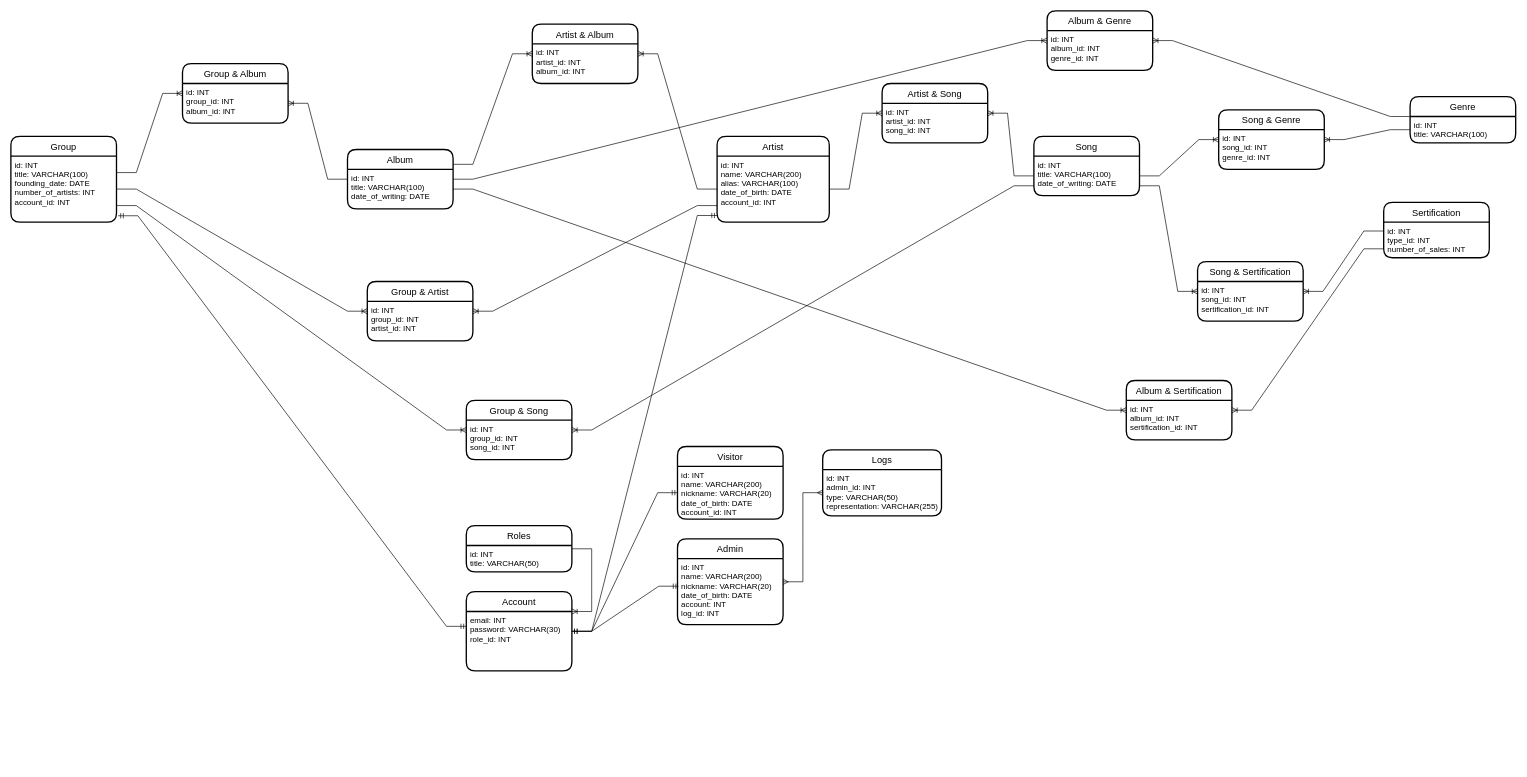
Before: SchemeDB.drawio in whiteicq/DB-Labs-2022, a draw.io diagram. Source tidied: cells renumbered, new cells numbered last; positions are measured from the earlier drawing's top-left corner, leaving out a move shared by most shapes. Both pictures are drawn from the tidied source at 66%, with x=0, y=0 at pixel (11, 11).
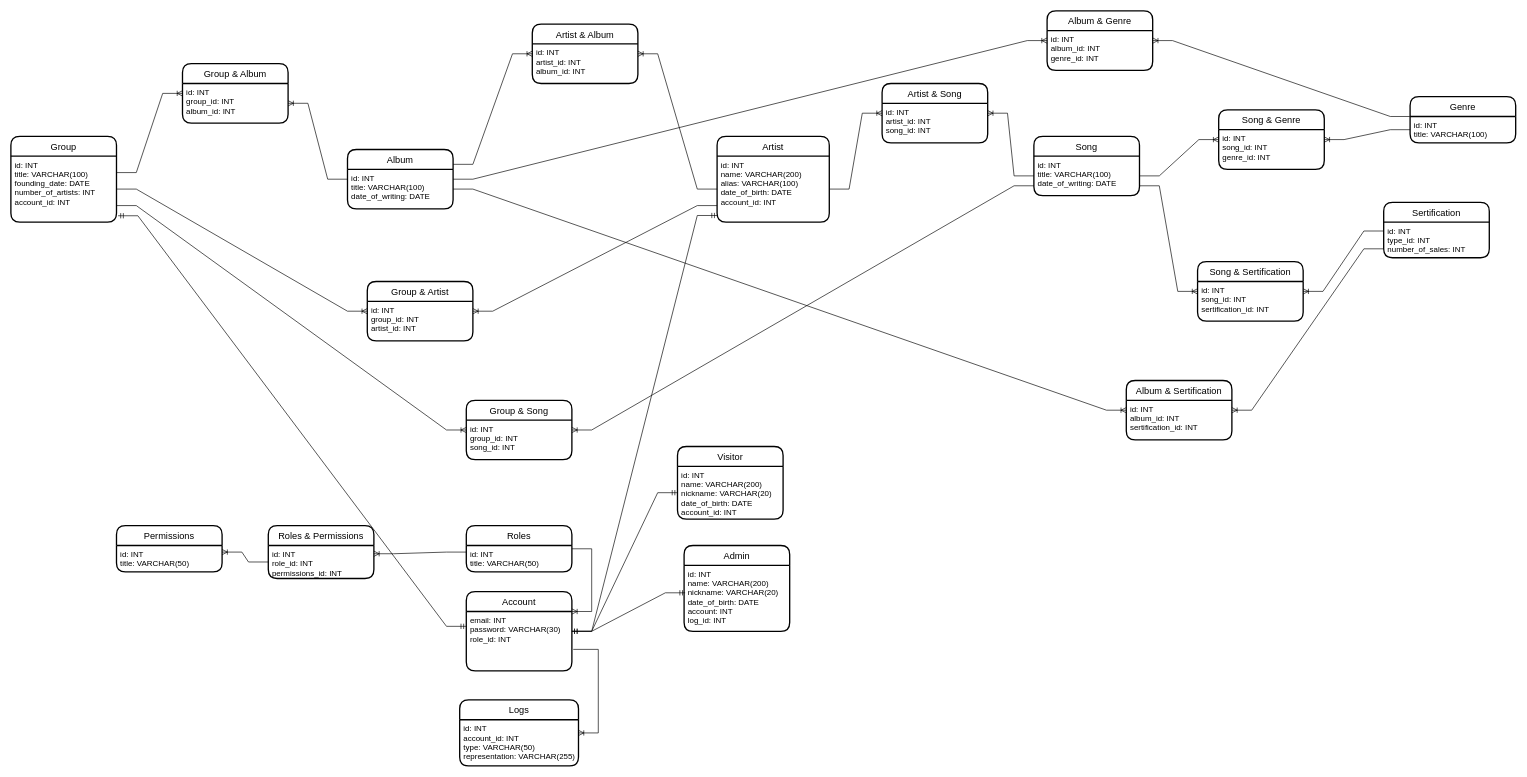
The same diagram, later.

Commit message (it also covers changes not shown here):
Remake roles

Unchanged cells that the change refers to:
```xml
<mxCell id="19" value="id: INT&#10;title: VARCHAR(50)&#10;" style="align=left;strokeColor=none;fillColor=none;spacingLeft=4;fontSize=12;verticalAlign=top;" parent="18" vertex="1">
  <mxGeometry y="30" width="160" height="40" as="geometry" />
</mxCell>
<mxCell id="23" value="email: INT&#10;password: VARCHAR(30)&#10;role_id: INT" style="align=left;strokeColor=none;fillColor=none;spacingLeft=4;fontSize=12;verticalAlign=top;" parent="22" vertex="1">
  <mxGeometry y="30" width="160" height="90" as="geometry" />
</mxCell>
```

What changed in the source:
```diff
@@
     <mxCell id="8" value="Admin" style="swimlane;horizontal=1;startSize=30;rounded=1;fontSize=14;fontStyle=0;strokeWidth=2;shadow=0;dashed=0;align=center;" parent="1" vertex="1">
-      <mxGeometry x="1010" y="800" width="160" height="130" as="geometry" />
+      <mxGeometry x="1020" y="810" width="160" height="130" as="geometry" />
     </mxCell>
@@
     <mxCell id="20" value="Logs" style="swimlane;horizontal=1;startSize=30;rounded=1;fontSize=14;fontStyle=0;strokeWidth=2;shadow=0;dashed=0;align=center;" parent="1" vertex="1">
-      <mxGeometry x="1230" y="665" width="180" height="100" as="geometry" />
+      <mxGeometry x="680" y="1044" width="180" height="100" as="geometry" />
     </mxCell>
-    <mxCell id="21" value="id: INT&#10;admin_id: INT&#10;type: VARCHAR(50)&#10;representation: VARCHAR(255)" style="align=left;strokeColor=none;fillColor=none;spacingLeft=4;fontSize=12;verticalAlign=top;" parent="20" vertex="1">
+    <mxCell id="21" value="id: INT&#10;account_id: INT&#10;type: VARCHAR(50)&#10;representation: VARCHAR(255)" style="align=left;strokeColor=none;fillColor=none;spacingLeft=4;fontSize=12;verticalAlign=top;" parent="20" vertex="1">
       <mxGeometry y="30" width="180" height="70" as="geometry" />
     </mxCell>
@@
-    <mxCell id="27" style="edgeStyle=entityRelationEdgeStyle;fontSize=12;html=1;endArrow=ERmany;startArrow=ERmany;rounded=0;" parent="1" edge="1" source="8" target="21">
-      <mxGeometry relative="1" as="geometry" />
-    </mxCell>
@@
+    <mxCell id="66" value="Permissions" style="swimlane;horizontal=1;startSize=30;rounded=1;fontSize=14;fontStyle=0;strokeWidth=2;shadow=0;dashed=0;align=center;" parent="1" vertex="1">
+      <mxGeometry x="160" y="780" width="160" height="70" as="geometry" />
+    </mxCell>
+    <mxCell id="67" value="id: INT&#10;title: VARCHAR(50)&#10;" style="align=left;strokeColor=none;fillColor=none;spacingLeft=4;fontSize=12;verticalAlign=top;" parent="66" vertex="1">
+      <mxGeometry y="30" width="160" height="40" as="geometry" />
+    </mxCell>
+    <mxCell id="68" value="Roles &amp; Permissions" style="swimlane;horizontal=1;startSize=30;rounded=1;fontSize=14;fontStyle=0;strokeWidth=2;shadow=0;dashed=0;align=center;" parent="1" vertex="1">
+      <mxGeometry x="390" y="780" width="160" height="80" as="geometry" />
+    </mxCell>
+    <mxCell id="69" value="id: INT&#10;role_id: INT&#10;permissions_id: INT&#10;" style="align=left;strokeColor=none;fillColor=none;spacingLeft=4;fontSize=12;verticalAlign=top;" parent="68" vertex="1">
+      <mxGeometry y="30" width="160" height="50" as="geometry" />
+    </mxCell>
+    <mxCell id="70" style="edgeStyle=entityRelationEdgeStyle;fontSize=12;html=1;endArrow=ERoneToMany;rounded=0;entryX=1;entryY=0.25;entryDx=0;entryDy=0;exitX=0;exitY=0.25;exitDx=0;exitDy=0;" parent="1" edge="1" source="19" target="69">
+      <mxGeometry relative="1" as="geometry" />
+    </mxCell>
+    <mxCell id="71" style="edgeStyle=entityRelationEdgeStyle;fontSize=12;html=1;endArrow=ERoneToMany;rounded=0;entryX=1;entryY=0.25;entryDx=0;entryDy=0;exitX=0;exitY=0.5;exitDx=0;exitDy=0;" parent="1" edge="1" source="69" target="67">
+      <mxGeometry relative="1" as="geometry" />
+    </mxCell>
+    <mxCell id="72" style="edgeStyle=entityRelationEdgeStyle;fontSize=12;html=1;endArrow=ERoneToMany;rounded=0;exitX=1.013;exitY=0.638;exitDx=0;exitDy=0;exitPerimeter=0;" parent="1" edge="1" source="23" target="20">
+      <mxGeometry relative="1" as="geometry" />
+    </mxCell>
```
